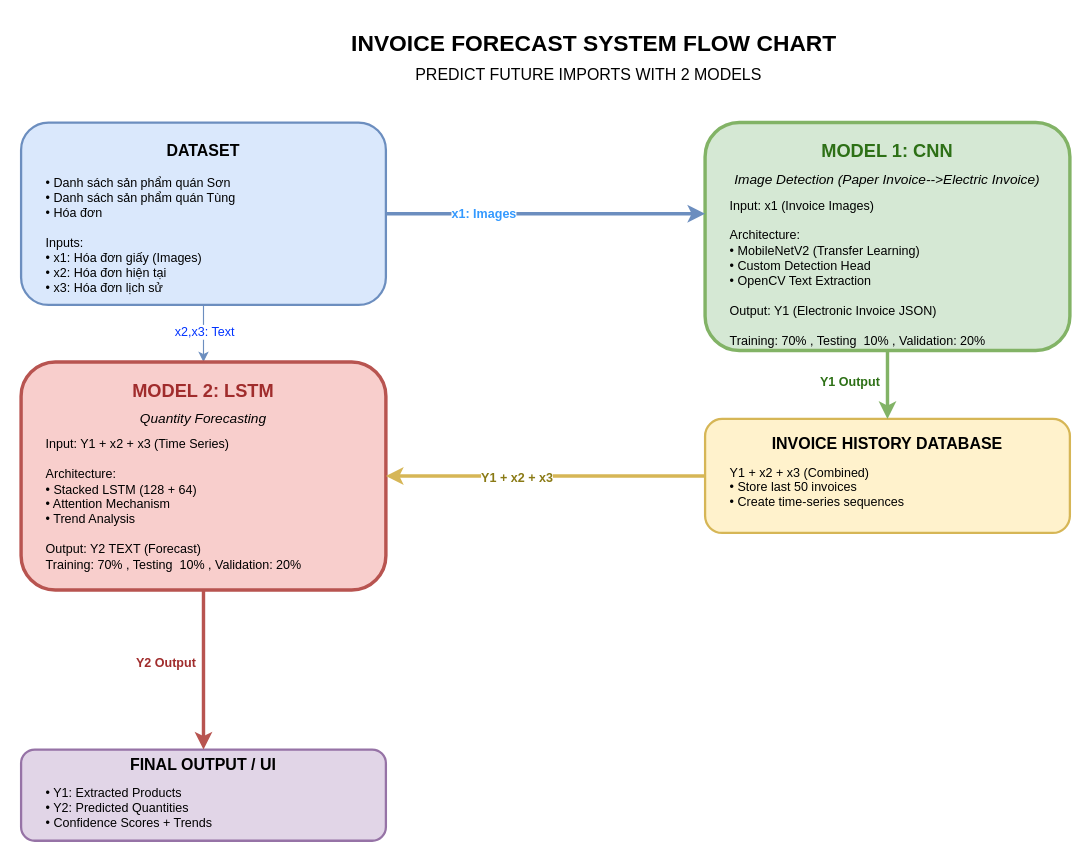
The draw.io diagram FLOW.drawio in wikiepeidia/predict-future-import-for-Retail-store-products, before the edit. Source tidied: cells renumbered, new cells numbered last; positions are measured from the earlier drawing's top-left corner, leaving out a move shared by most shapes. Both pictures are drawn from the tidied source at 114%, with x=0, y=0 at pixel (21, 19).
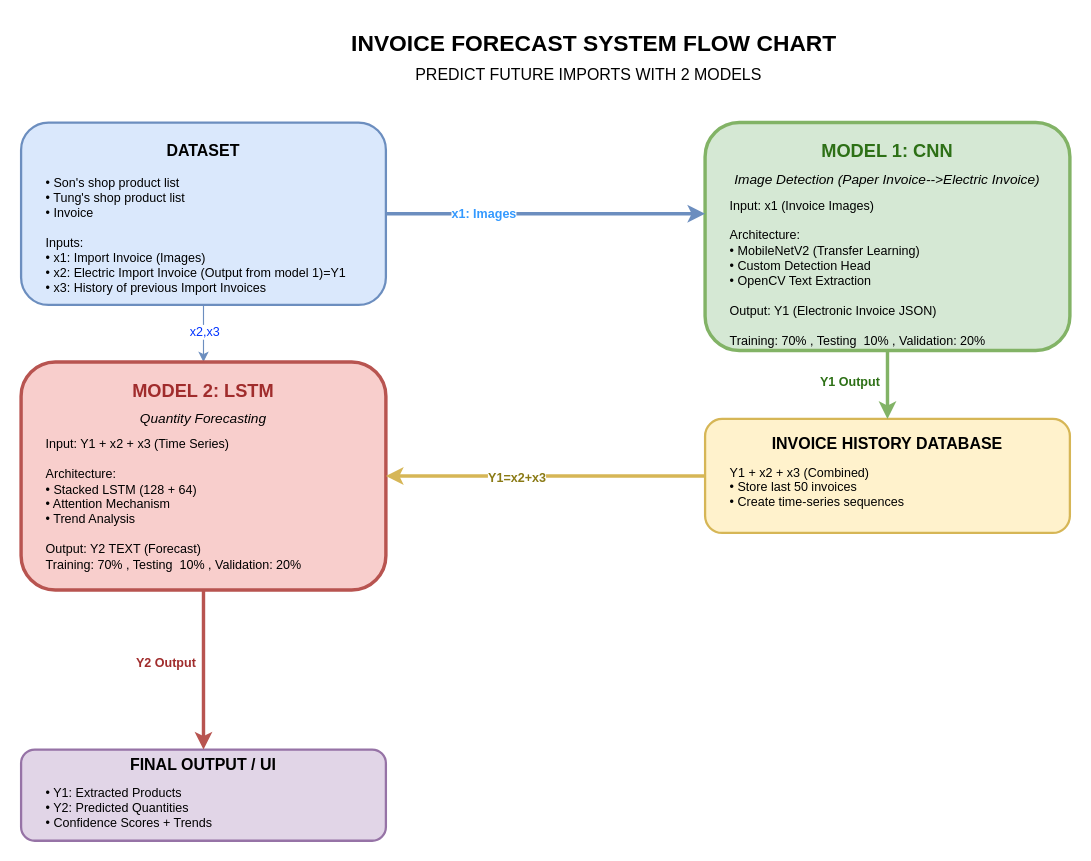
The same page after the edit.

The change refers to these unchanged cells:
```xml
<mxCell id="6" style="edgeStyle=orthogonalEdgeStyle;rounded=0;jettySize=auto;html=1;entryX=0.5;entryY=0;entryDx=0;entryDy=0;fillColor=#dae8fc;strokeColor=#6c8ebf;exitX=0.5;exitY=1;exitDx=0;exitDy=0;" parent="1" edge="1" source="4" target="16">
  <mxGeometry relative="1" as="geometry" />
</mxCell>
<mxCell id="27" style="edgeStyle=orthogonalEdgeStyle;rounded=0;jettySize=auto;html=1;strokeWidth=3;fillColor=#fff2cc;strokeColor=#d6b656;" parent="1" edge="1" source="13" target="16">
  <mxGeometry relative="1" as="geometry" />
</mxCell>
```

What changed in the source:
```diff
@@
-    <mxCell id="7" value="x2,x3: Text" style="edgeLabel;html=1;align=center;verticalAlign=middle;fontColor=light-dark(#0033ff, #006f6f);" parent="6" vertex="1">
+    <mxCell id="7" value="x2,x3" style="edgeLabel;html=1;align=center;verticalAlign=middle;fontColor=light-dark(#0033ff, #006f6f);" parent="6" vertex="1">
       <mxGeometry x="-0.1" relative="1" as="geometry" />
     </mxCell>
-    <mxCell id="8" value="• Danh sách sản phẩm quán Sơn&lt;br&gt;• Danh sách sản phẩm quán Tùng&lt;br&gt;• Hóa đơn&lt;br&gt;&lt;br&gt;Inputs:&lt;br&gt;• x1: Hóa đơn giấy (Images)&lt;br&gt;• x2: Hóa đơn hiện tại&lt;br&gt;• x3: Hóa đơn lịch sử" style="text;html=1;strokeColor=none;fillColor=none;align=left;verticalAlign=top;whiteSpace=wrap;rounded=0;fontSize=11;" parent="1" vertex="1">
+    <mxCell id="8" value="• Son's shop product list&lt;br&gt;• Tung's shop product list&lt;br&gt;• Invoice&lt;br&gt;&lt;br&gt;Inputs:&lt;br&gt;• x1: Import Invoice (Images)&lt;br&gt;• x2: Electric Import Invoice (Output from model 1)=Y1&lt;br&gt;• x3: History of previous Import Invoices" style="text;html=1;strokeColor=none;fillColor=none;align=left;verticalAlign=top;whiteSpace=wrap;rounded=0;fontSize=11;" parent="1" vertex="1">
       <mxGeometry x="20" y="130" width="280" height="105" as="geometry" />
     </mxCell>
@@
-    <mxCell id="28" value="Y1 + x2 + x3" style="edgeLabel;html=1;align=center;verticalAlign=middle;fontSize=11;fontStyle=1;fontColor=light-dark(#8a7a15, #252500);" parent="27" vertex="1">
+    <mxCell id="28" value="Y1=x2+x3" style="edgeLabel;html=1;align=center;verticalAlign=middle;fontSize=11;fontStyle=1;fontColor=light-dark(#8a7a15, #252500);" parent="27" vertex="1">
       <mxGeometry x="-0.1" y="1" relative="1" as="geometry">
         <mxPoint x="-40" as="offset" />
       </mxGeometry>
     </mxCell>
```
